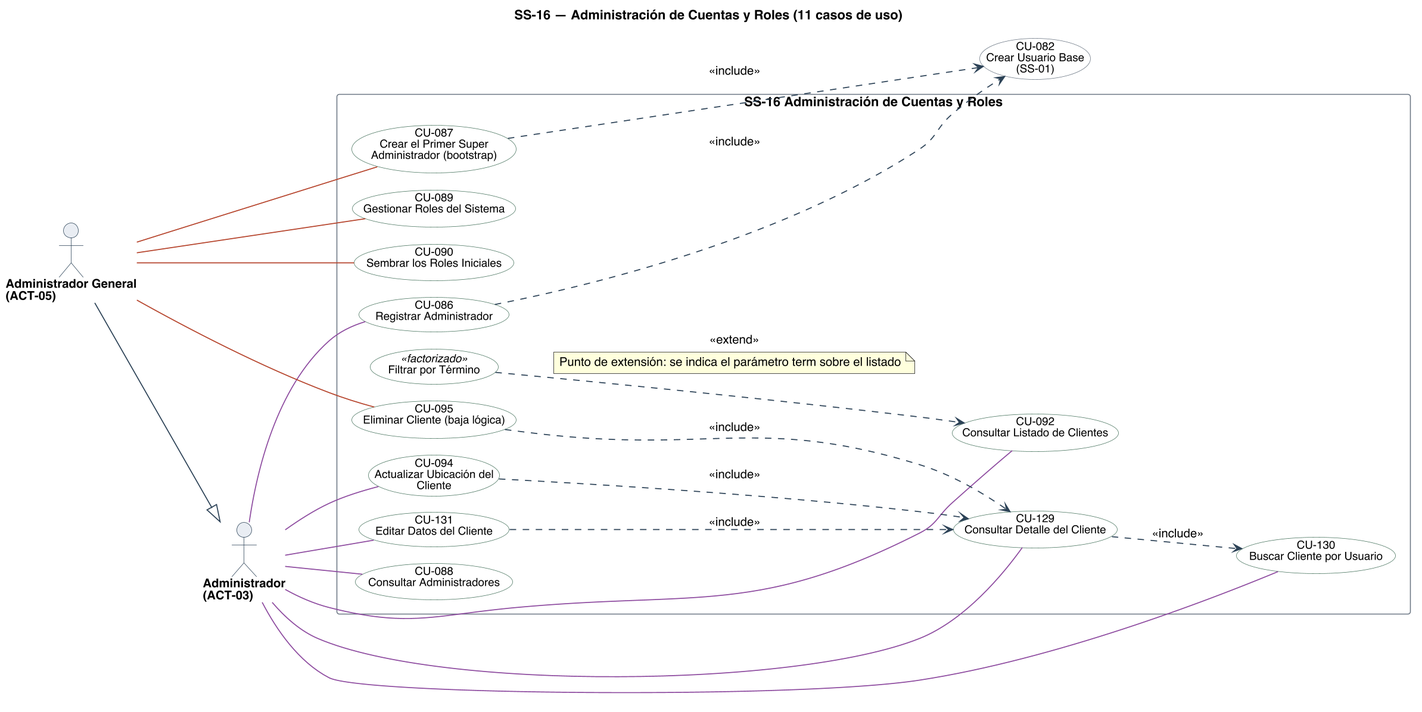
Above: diagramas/uml/CU_SS-16_Administracion-De-Cuentas-Y-Roles.png in Nahuelito-Dev/splg-docs (PlantUML), before the change.
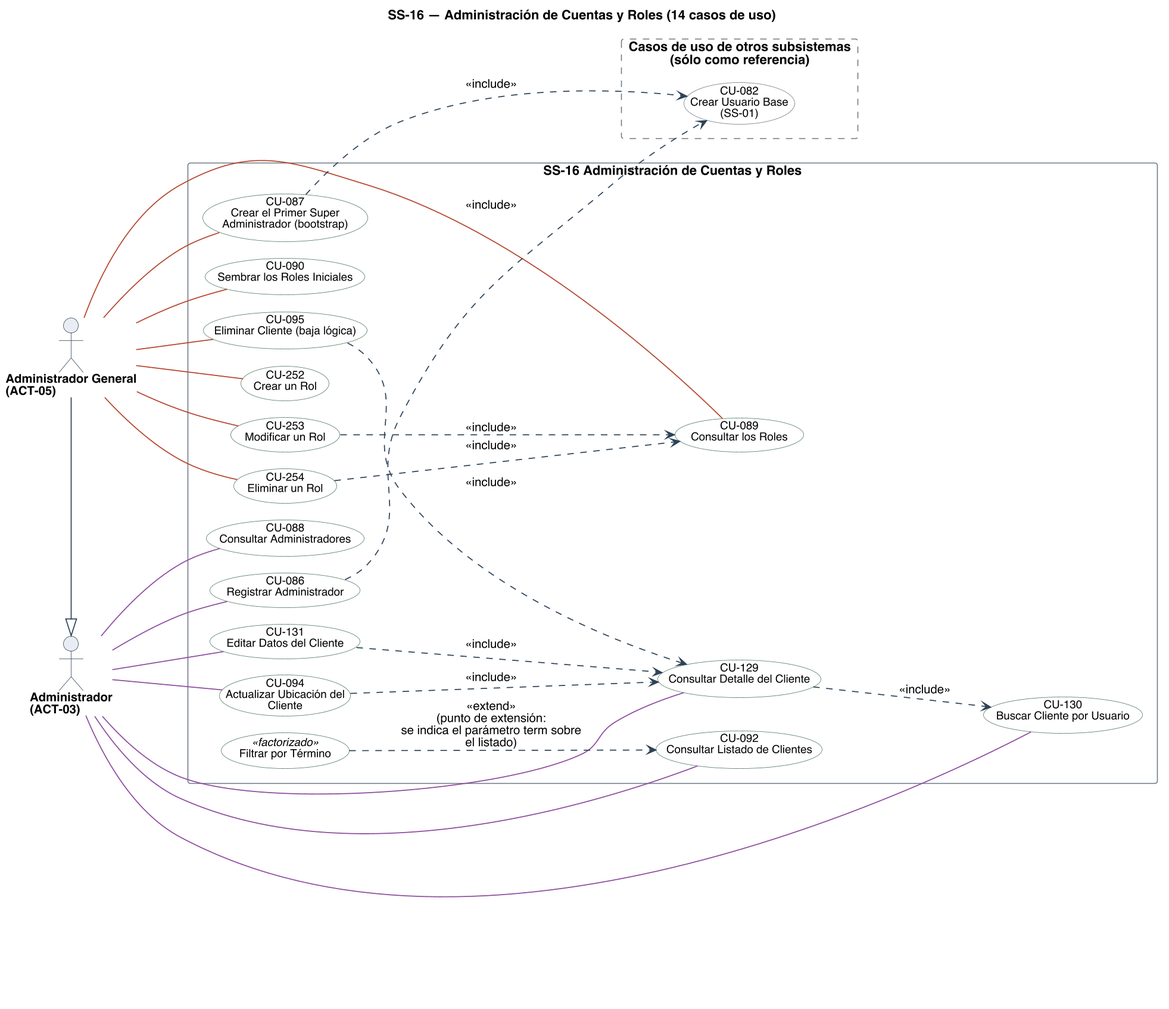
The same file after the commit.

What changed in the source:
```diff
@@ -1,5 +1,5 @@
 @startuml
-title SS-16 — Administración de Cuentas y Roles (11 casos de uso)
+title SS-16 — Administración de Cuentas y Roles (14 casos de uso)
 left to right direction
 skinparam backgroundColor #FFFFFF
 skinparam shadowing false
@@ -41,7 +41,7 @@
   usecase "CU-086\nRegistrar Administrador" as U086 #back:FFFFFF;line:4B7560
   usecase "CU-087\nCrear el Primer Super\nAdministrador (bootstrap)" as U087 #back:FFFFFF;line:4B7560
   usecase "CU-088\nConsultar Administradores" as U088 #back:FFFFFF;line:4B7560
-  usecase "CU-089\nGestionar Roles del Sistema" as U089 #back:FFFFFF;line:4B7560
+  usecase "CU-089\nConsultar los Roles" as U089 #back:FFFFFF;line:4B7560
   usecase "CU-090\nSembrar los Roles Iniciales" as U090 #back:FFFFFF;line:4B7560
   usecase "CU-092\nConsultar Listado de Clientes" as U092 #back:FFFFFF;line:4B7560
   usecase "CU-094\nActualizar Ubicación del\nCliente" as U094 #back:FFFFFF;line:4B7560
@@ -49,10 +49,15 @@
   usecase "CU-129\nConsultar Detalle del Cliente" as U129 #back:FFFFFF;line:4B7560
   usecase "CU-130\nBuscar Cliente por Usuario" as U130 #back:FFFFFF;line:4B7560
   usecase "CU-131\nEditar Datos del Cliente" as U131 #back:FFFFFF;line:4B7560
+  usecase "CU-252\nCrear un Rol" as U252 #back:FFFFFF;line:4B7560
+  usecase "CU-253\nModificar un Rol" as U253 #back:FFFFFF;line:4B7560
+  usecase "CU-254\nEliminar un Rol" as U254 #back:FFFFFF;line:4B7560
   usecase "Filtrar por Término" as F_TERM <<factorizado>> #back:FFFFFF;line:4B7560
 }
 
-usecase "CU-082\nCrear Usuario Base\n(SS-01)" as U082 #back:FFFFFF;line:6B7683
+rectangle "Casos de uso de otros subsistemas\n(sólo como referencia)" as OTROS #back:FFFFFF;line:6B7683;line.dashed {
+  usecase "CU-082\nCrear Usuario Base\n(SS-01)" as U082 #back:FFFFFF;line:6B7683
+}
 
 A03 -[#8C4A9E]- U086
 A03 -[#8C4A9E]- U088
@@ -65,18 +70,20 @@
 A05 -[#B4432B]- U089
 A05 -[#B4432B]- U090
 A05 -[#B4432B]- U095
-A05 --|> A03
+A05 -[#B4432B]- U252
+A05 -[#B4432B]- U253
+A05 -[#B4432B]- U254
+A05 -right-|> A03
 
 U094 ..> U129 : <<include>>
 U095 ..> U129 : <<include>>
 U131 ..> U129 : <<include>>
 U129 ..> U130 : <<include>>
+U253 ..> U089 : <<include>>
+U254 ..> U089 : <<include>>
 U086 ..> U082 : <<include>>
 U087 ..> U082 : <<include>>
 
-F_TERM ..> U092 : <<extend>>
-note on link
-  Punto de extensión: se indica el parámetro term sobre el listado
-end note
+F_TERM ..> U092 : <<extend>>\n(punto de extensión:\nse indica el parámetro term sobre\nel listado)
 
 @enduml
```
